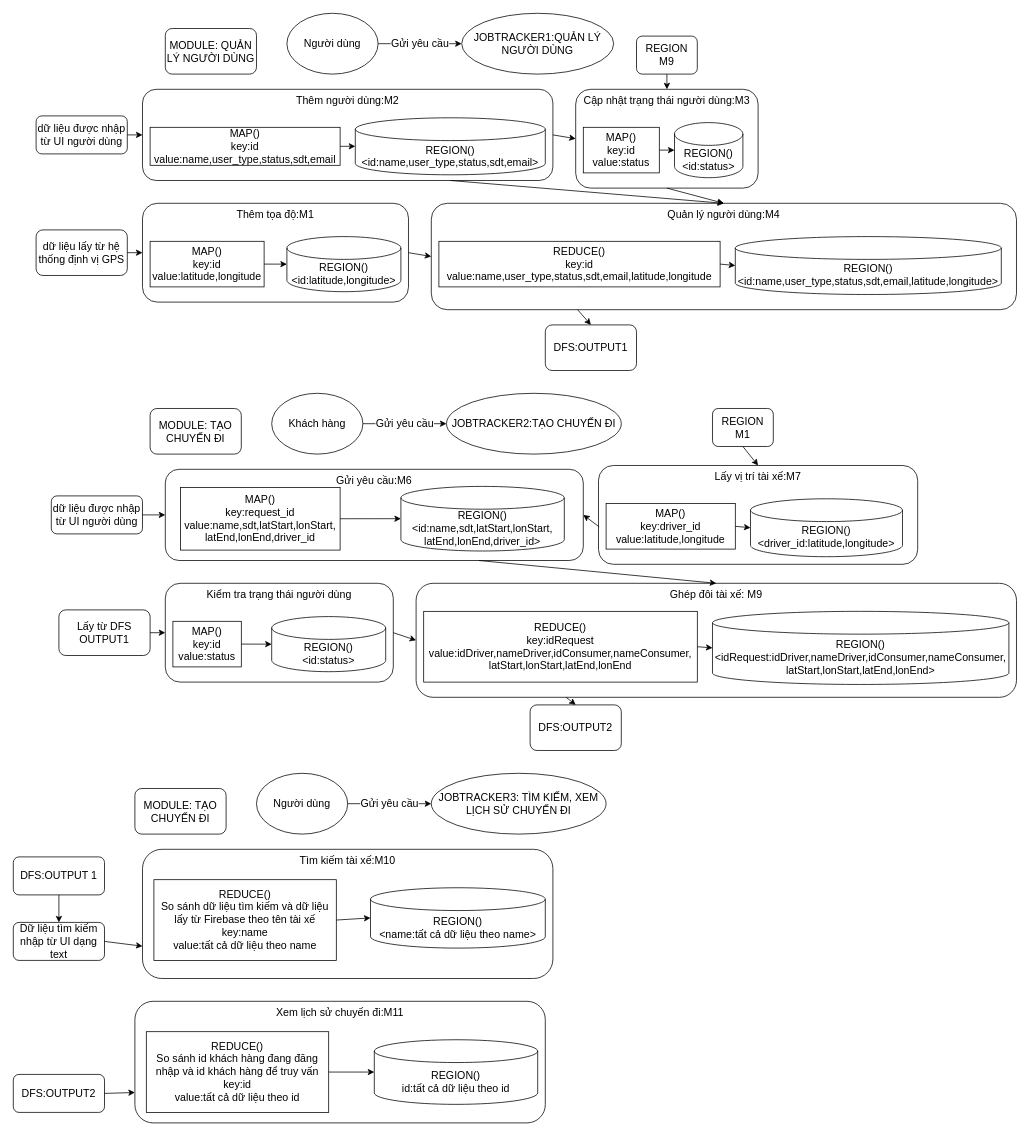
The draw.io diagram Untitled Diagram.drawio in nguyenmanhtuan2004/bigdataproject, before the edit. Source tidied: cells renumbered, new cells numbered last; positions are measured from the earlier drawing's top-left corner, leaving out a move shared by most shapes. Both pictures are drawn from the tidied source at 76%, with x=0, y=0 at pixel (13, 13).
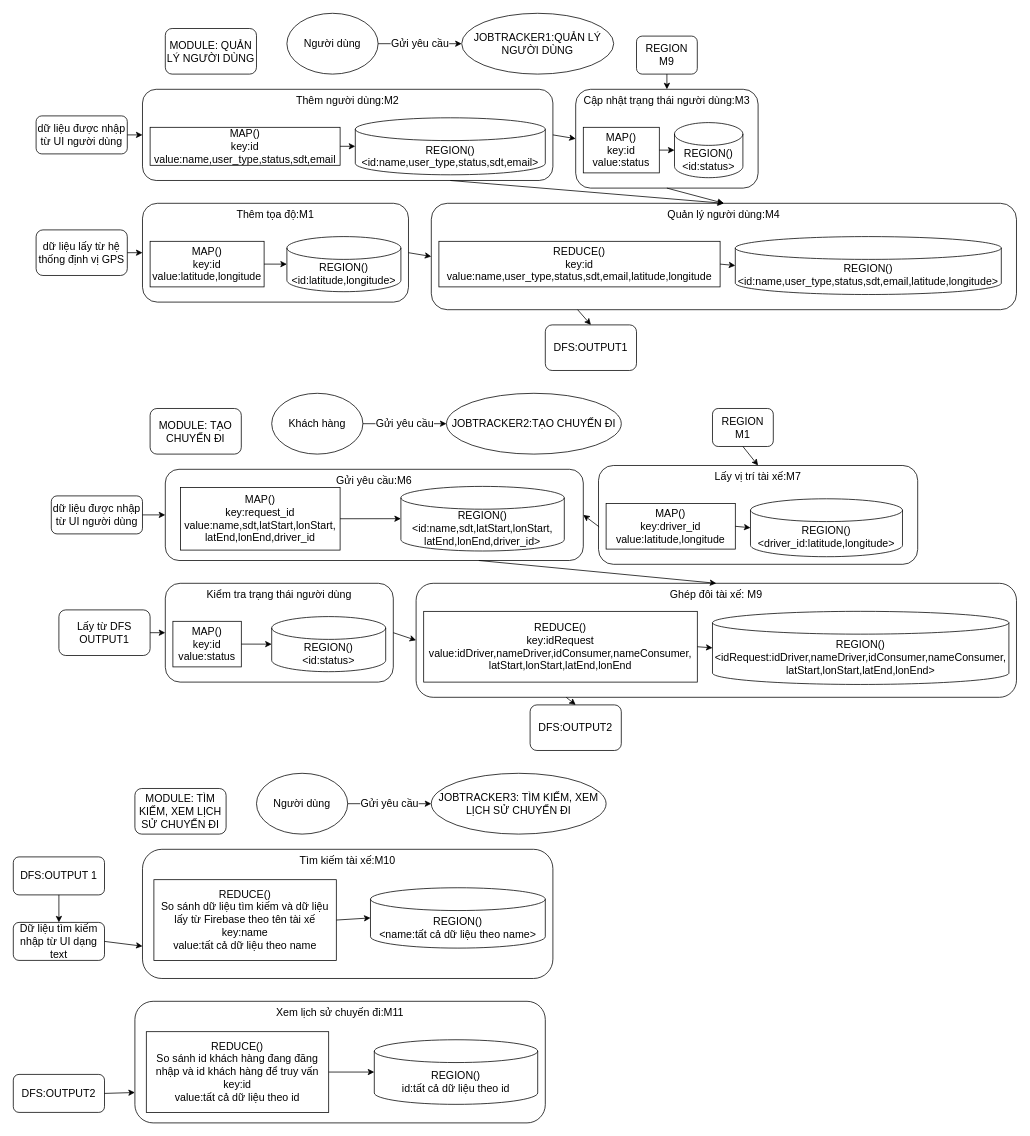
The same page after the edit.

Change to the diagram source:
```diff
@@
-    <mxCell id="66" value="MODULE: TẠO CHUYẾN ĐI" style="rounded=1;whiteSpace=wrap;html=1;fontSize=14;" parent="1" vertex="1">
+    <mxCell id="66" value="MODULE: TÌM KIẾM, XEM LỊCH SỬ CHUYẾN ĐI" style="rounded=1;whiteSpace=wrap;html=1;fontSize=14;" parent="1" vertex="1">
       <mxGeometry x="160" y="1020" width="120" height="60" as="geometry" />
     </mxCell>
```
